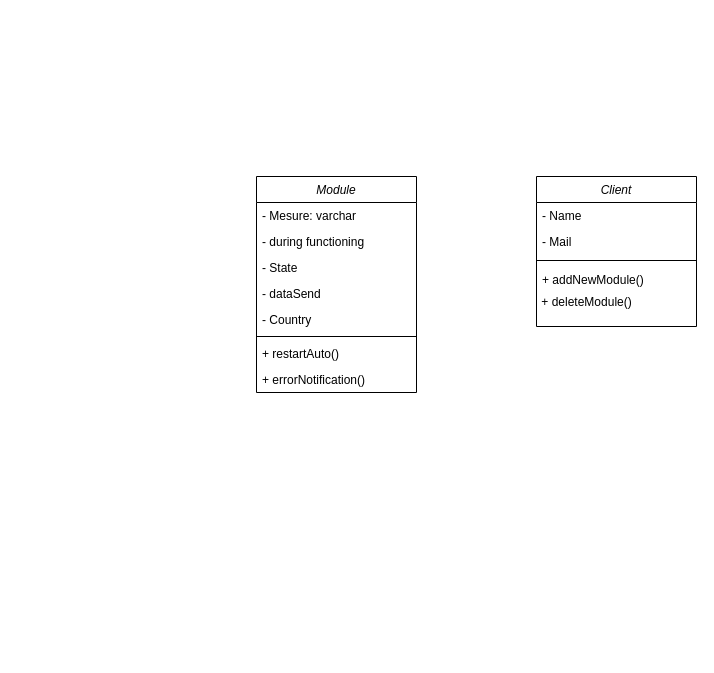
This is UML/IOT_class.drawio from IdurarDev/IoT_Modules, a draw.io file, before an edit. Source tidied: cells renumbered, new cells numbered last; positions are measured from the earlier drawing's top-left corner, leaving out a move shared by most shapes. Both pictures are drawn from the tidied source at 100%, with x=0, y=0 at pixel (256, 176).
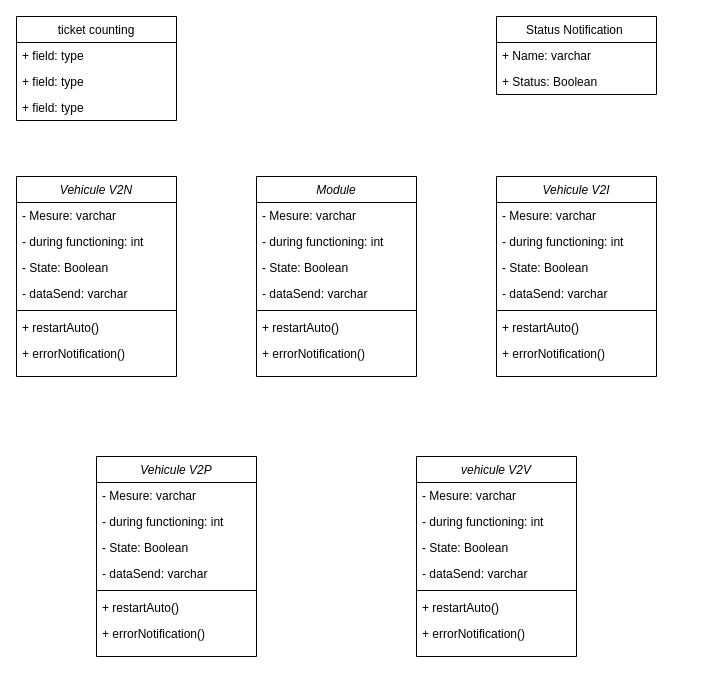
After the change.

Commit message:
update class diagram

Change to the diagram source:
```diff
@@
-    <mxCell id="2" value="Client" style="swimlane;fontStyle=2;align=center;verticalAlign=top;horizontal=1;startSize=26;rounded=0;shadow=0;strokeWidth=1;" parent="1" vertex="1">
-      <mxGeometry x="280" width="160" height="150" as="geometry" />
-    </mxCell>
-    <mxCell id="3" value="- Name" style="text;align=left;verticalAlign=top;spacingLeft=4;spacingRight=4;overflow=hidden;" parent="2" vertex="1">
-      <mxGeometry y="26" width="160" height="26" as="geometry" />
-    </mxCell>
-    <mxCell id="4" value="- Mail" style="text;align=left;verticalAlign=top;spacingLeft=4;spacingRight=4;overflow=hidden;rounded=0;shadow=0;html=0;" parent="2" vertex="1">
-      <mxGeometry y="52" width="160" height="26" as="geometry" />
-    </mxCell>
-    <mxCell id="5" style="line;html=1;strokeWidth=1;align=left;verticalAlign=middle;spacingTop=-1;spacingLeft=3;spacingRight=3;labelPosition=right;" parent="2" vertex="1">
-      <mxGeometry y="78" width="160" height="12" as="geometry" />
-    </mxCell>
-    <mxCell id="6" value="+ addNewModule()" style="text;align=left;verticalAlign=top;spacingLeft=4;spacingRight=4;overflow=hidden;" parent="2" vertex="1">
-      <mxGeometry y="90" width="160" height="26" as="geometry" />
-    </mxCell>
-    <mxCell id="7" value="&amp;nbsp;+ deleteModule()" style="text;html=1;align=left;verticalAlign=middle;strokeColor=none;fillColor=none;" parent="2" vertex="1">
-      <mxGeometry y="116" width="160" height="20" as="geometry" />
-    </mxCell>
     <mxCell id="8" value="Module" style="swimlane;fontStyle=2;align=center;verticalAlign=top;horizontal=1;startSize=26;rounded=0;shadow=0;strokeWidth=1;" parent="1" vertex="1">
-      <mxGeometry width="160" height="216" as="geometry" />
+      <mxGeometry width="160" height="200" as="geometry" />
     </mxCell>
@@
-    <mxCell id="10" value="- during functioning" style="text;align=left;verticalAlign=top;spacingLeft=4;spacingRight=4;overflow=hidden;rounded=0;shadow=0;html=0;" parent="8" vertex="1">
+    <mxCell id="10" value="- during functioning: int" style="text;align=left;verticalAlign=top;spacingLeft=4;spacingRight=4;overflow=hidden;rounded=0;shadow=0;html=0;" parent="8" vertex="1">
       <mxGeometry y="52" width="160" height="26" as="geometry" />
     </mxCell>
-    <mxCell id="11" value="- State" style="text;align=left;verticalAlign=top;spacingLeft=4;spacingRight=4;overflow=hidden;rounded=0;shadow=0;html=0;" parent="8" vertex="1">
+    <mxCell id="11" value="- State: Boolean" style="text;align=left;verticalAlign=top;spacingLeft=4;spacingRight=4;overflow=hidden;rounded=0;shadow=0;html=0;" parent="8" vertex="1">
       <mxGeometry y="78" width="160" height="26" as="geometry" />
     </mxCell>
-    <mxCell id="12" value="- dataSend" style="text;align=left;verticalAlign=top;spacingLeft=4;spacingRight=4;overflow=hidden;rounded=0;shadow=0;html=0;" parent="8" vertex="1">
+    <mxCell id="12" value="- dataSend: varchar" style="text;align=left;verticalAlign=top;spacingLeft=4;spacingRight=4;overflow=hidden;rounded=0;shadow=0;html=0;" parent="8" vertex="1">
       <mxGeometry y="104" width="160" height="26" as="geometry" />
     </mxCell>
-    <mxCell id="13" value="- Country" style="text;align=left;verticalAlign=top;spacingLeft=4;spacingRight=4;overflow=hidden;rounded=0;shadow=0;html=0;" parent="8" vertex="1">
-      <mxGeometry y="130" width="160" height="26" as="geometry" />
-    </mxCell>
     <mxCell id="14" style="line;html=1;strokeWidth=1;align=left;verticalAlign=middle;spacingTop=-1;spacingLeft=3;spacingRight=3;labelPosition=right;" parent="8" vertex="1">
-      <mxGeometry y="156" width="160" height="8" as="geometry" />
+      <mxGeometry y="130" width="160" height="8" as="geometry" />
     </mxCell>
     <mxCell id="15" value="+ restartAuto()" style="text;align=left;verticalAlign=top;spacingLeft=4;spacingRight=4;overflow=hidden;" parent="8" vertex="1">
-      <mxGeometry y="164" width="160" height="26" as="geometry" />
+      <mxGeometry y="138" width="160" height="26" as="geometry" />
     </mxCell>
     <mxCell id="16" value="+ errorNotification()" style="text;align=left;verticalAlign=top;spacingLeft=4;spacingRight=4;overflow=hidden;" parent="8" vertex="1">
-      <mxGeometry y="190" width="160" height="26" as="geometry" />
+      <mxGeometry y="164" width="160" height="26" as="geometry" />
     </mxCell>
+    <mxCell id="17" value="Status Notification " style="swimlane;fontStyle=0;horizontal=1;startSize=26;fillColor=none;" parent="1" vertex="1">
+      <mxGeometry x="240" y="-160" width="160" height="78" as="geometry" />
+    </mxCell>
+    <mxCell id="18" value="+ Name: varchar" style="text;strokeColor=none;fillColor=none;align=left;verticalAlign=top;spacingLeft=4;spacingRight=4;overflow=hidden;" parent="17" vertex="1">
+      <mxGeometry y="26" width="160" height="26" as="geometry" />
+    </mxCell>
+    <mxCell id="19" value="+ Status: Boolean" style="text;strokeColor=none;fillColor=none;align=left;verticalAlign=top;spacingLeft=4;spacingRight=4;overflow=hidden;" parent="17" vertex="1">
+      <mxGeometry y="52" width="160" height="26" as="geometry" />
+    </mxCell>
+    <mxCell id="20" value="ticket counting" style="swimlane;fontStyle=0;horizontal=1;startSize=26;fillColor=none;" parent="1" vertex="1">
+      <mxGeometry x="-240" y="-160" width="160" height="104" as="geometry" />
+    </mxCell>
+    <mxCell id="21" value="+ field: type" style="text;strokeColor=none;fillColor=none;align=left;verticalAlign=top;spacingLeft=4;spacingRight=4;overflow=hidden;" parent="20" vertex="1">
+      <mxGeometry y="26" width="160" height="26" as="geometry" />
+    </mxCell>
+    <mxCell id="22" value="+ field: type" style="text;strokeColor=none;fillColor=none;align=left;verticalAlign=top;spacingLeft=4;spacingRight=4;overflow=hidden;" parent="20" vertex="1">
+      <mxGeometry y="52" width="160" height="26" as="geometry" />
+    </mxCell>
+    <mxCell id="23" value="+ field: type" style="text;strokeColor=none;fillColor=none;align=left;verticalAlign=top;spacingLeft=4;spacingRight=4;overflow=hidden;" parent="20" vertex="1">
+      <mxGeometry y="78" width="160" height="26" as="geometry" />
+    </mxCell>
+    <mxCell id="24" value="Vehicule V2N" style="swimlane;fontStyle=2;align=center;verticalAlign=top;horizontal=1;startSize=26;rounded=0;shadow=0;strokeWidth=1;" parent="1" vertex="1">
+      <mxGeometry x="-240" width="160" height="200" as="geometry" />
+    </mxCell>
+    <mxCell id="25" value="- Mesure: varchar" style="text;align=left;verticalAlign=top;spacingLeft=4;spacingRight=4;overflow=hidden;" parent="24" vertex="1">
+      <mxGeometry y="26" width="160" height="26" as="geometry" />
+    </mxCell>
+    <mxCell id="26" value="- during functioning: int" style="text;align=left;verticalAlign=top;spacingLeft=4;spacingRight=4;overflow=hidden;rounded=0;shadow=0;html=0;" parent="24" vertex="1">
+      <mxGeometry y="52" width="160" height="26" as="geometry" />
+    </mxCell>
+    <mxCell id="27" value="- State: Boolean" style="text;align=left;verticalAlign=top;spacingLeft=4;spacingRight=4;overflow=hidden;rounded=0;shadow=0;html=0;" parent="24" vertex="1">
+      <mxGeometry y="78" width="160" height="26" as="geometry" />
+    </mxCell>
+    <mxCell id="28" value="- dataSend: varchar" style="text;align=left;verticalAlign=top;spacingLeft=4;spacingRight=4;overflow=hidden;rounded=0;shadow=0;html=0;" parent="24" vertex="1">
+      <mxGeometry y="104" width="160" height="26" as="geometry" />
+    </mxCell>
+    <mxCell id="29" style="line;html=1;strokeWidth=1;align=left;verticalAlign=middle;spacingTop=-1;spacingLeft=3;spacingRight=3;labelPosition=right;" parent="24" vertex="1">
+      <mxGeometry y="130" width="160" height="8" as="geometry" />
+    </mxCell>
+    <mxCell id="30" value="+ restartAuto()" style="text;align=left;verticalAlign=top;spacingLeft=4;spacingRight=4;overflow=hidden;" parent="24" vertex="1">
+      <mxGeometry y="138" width="160" height="26" as="geometry" />
+    </mxCell>
+    <mxCell id="31" value="+ errorNotification()" style="text;align=left;verticalAlign=top;spacingLeft=4;spacingRight=4;overflow=hidden;" parent="24" vertex="1">
+      <mxGeometry y="164" width="160" height="26" as="geometry" />
+    </mxCell>
+    <mxCell id="32" value="Vehicule V2I" style="swimlane;fontStyle=2;align=center;verticalAlign=top;horizontal=1;startSize=26;rounded=0;shadow=0;strokeWidth=1;" parent="1" vertex="1">
+      <mxGeometry x="240" width="160" height="200" as="geometry" />
+    </mxCell>
+    <mxCell id="33" value="- Mesure: varchar" style="text;align=left;verticalAlign=top;spacingLeft=4;spacingRight=4;overflow=hidden;" parent="32" vertex="1">
+      <mxGeometry y="26" width="160" height="26" as="geometry" />
+    </mxCell>
+    <mxCell id="34" value="- during functioning: int" style="text;align=left;verticalAlign=top;spacingLeft=4;spacingRight=4;overflow=hidden;rounded=0;shadow=0;html=0;" parent="32" vertex="1">
+      <mxGeometry y="52" width="160" height="26" as="geometry" />
+    </mxCell>
+    <mxCell id="35" value="- State: Boolean" style="text;align=left;verticalAlign=top;spacingLeft=4;spacingRight=4;overflow=hidden;rounded=0;shadow=0;html=0;" parent="32" vertex="1">
+      <mxGeometry y="78" width="160" height="26" as="geometry" />
+    </mxCell>
+    <mxCell id="36" value="- dataSend: varchar" style="text;align=left;verticalAlign=top;spacingLeft=4;spacingRight=4;overflow=hidden;rounded=0;shadow=0;html=0;" parent="32" vertex="1">
+      <mxGeometry y="104" width="160" height="26" as="geometry" />
+    </mxCell>
+    <mxCell id="37" style="line;html=1;strokeWidth=1;align=left;verticalAlign=middle;spacingTop=-1;spacingLeft=3;spacingRight=3;labelPosition=right;" parent="32" vertex="1">
+      <mxGeometry y="130" width="160" height="8" as="geometry" />
+    </mxCell>
+    <mxCell id="38" value="+ restartAuto()" style="text;align=left;verticalAlign=top;spacingLeft=4;spacingRight=4;overflow=hidden;" parent="32" vertex="1">
+      <mxGeometry y="138" width="160" height="26" as="geometry" />
+    </mxCell>
+    <mxCell id="39" value="+ errorNotification()" style="text;align=left;verticalAlign=top;spacingLeft=4;spacingRight=4;overflow=hidden;" parent="32" vertex="1">
+      <mxGeometry y="164" width="160" height="26" as="geometry" />
+    </mxCell>
+    <mxCell id="40" value="Vehicule V2P" style="swimlane;fontStyle=2;align=center;verticalAlign=top;horizontal=1;startSize=26;rounded=0;shadow=0;strokeWidth=1;" parent="1" vertex="1">
+      <mxGeometry x="-160" y="280" width="160" height="200" as="geometry" />
+    </mxCell>
+    <mxCell id="41" value="- Mesure: varchar" style="text;align=left;verticalAlign=top;spacingLeft=4;spacingRight=4;overflow=hidden;" parent="40" vertex="1">
+      <mxGeometry y="26" width="160" height="26" as="geometry" />
+    </mxCell>
+    <mxCell id="42" value="- during functioning: int" style="text;align=left;verticalAlign=top;spacingLeft=4;spacingRight=4;overflow=hidden;rounded=0;shadow=0;html=0;" parent="40" vertex="1">
+      <mxGeometry y="52" width="160" height="26" as="geometry" />
+    </mxCell>
+    <mxCell id="43" value="- State: Boolean" style="text;align=left;verticalAlign=top;spacingLeft=4;spacingRight=4;overflow=hidden;rounded=0;shadow=0;html=0;" parent="40" vertex="1">
+      <mxGeometry y="78" width="160" height="26" as="geometry" />
+    </mxCell>
+    <mxCell id="44" value="- dataSend: varchar" style="text;align=left;verticalAlign=top;spacingLeft=4;spacingRight=4;overflow=hidden;rounded=0;shadow=0;html=0;" parent="40" vertex="1">
+      <mxGeometry y="104" width="160" height="26" as="geometry" />
+    </mxCell>
+    <mxCell id="45" style="line;html=1;strokeWidth=1;align=left;verticalAlign=middle;spacingTop=-1;spacingLeft=3;spacingRight=3;labelPosition=right;" parent="40" vertex="1">
+      <mxGeometry y="130" width="160" height="8" as="geometry" />
+    </mxCell>
+    <mxCell id="46" value="+ restartAuto()" style="text;align=left;verticalAlign=top;spacingLeft=4;spacingRight=4;overflow=hidden;" parent="40" vertex="1">
+      <mxGeometry y="138" width="160" height="26" as="geometry" />
+    </mxCell>
+    <mxCell id="47" value="+ errorNotification()" style="text;align=left;verticalAlign=top;spacingLeft=4;spacingRight=4;overflow=hidden;" parent="40" vertex="1">
+      <mxGeometry y="164" width="160" height="26" as="geometry" />
+    </mxCell>
+    <mxCell id="48" value="vehicule V2V" style="swimlane;fontStyle=2;align=center;verticalAlign=top;horizontal=1;startSize=26;rounded=0;shadow=0;strokeWidth=1;" parent="1" vertex="1">
+      <mxGeometry x="160" y="280" width="160" height="200" as="geometry" />
+    </mxCell>
+    <mxCell id="49" value="- Mesure: varchar" style="text;align=left;verticalAlign=top;spacingLeft=4;spacingRight=4;overflow=hidden;" parent="48" vertex="1">
+      <mxGeometry y="26" width="160" height="26" as="geometry" />
+    </mxCell>
+    <mxCell id="50" value="- during functioning: int" style="text;align=left;verticalAlign=top;spacingLeft=4;spacingRight=4;overflow=hidden;rounded=0;shadow=0;html=0;" parent="48" vertex="1">
+      <mxGeometry y="52" width="160" height="26" as="geometry" />
+    </mxCell>
+    <mxCell id="51" value="- State: Boolean" style="text;align=left;verticalAlign=top;spacingLeft=4;spacingRight=4;overflow=hidden;rounded=0;shadow=0;html=0;" parent="48" vertex="1">
+      <mxGeometry y="78" width="160" height="26" as="geometry" />
+    </mxCell>
+    <mxCell id="52" value="- dataSend: varchar" style="text;align=left;verticalAlign=top;spacingLeft=4;spacingRight=4;overflow=hidden;rounded=0;shadow=0;html=0;" parent="48" vertex="1">
+      <mxGeometry y="104" width="160" height="26" as="geometry" />
+    </mxCell>
+    <mxCell id="53" style="line;html=1;strokeWidth=1;align=left;verticalAlign=middle;spacingTop=-1;spacingLeft=3;spacingRight=3;labelPosition=right;" parent="48" vertex="1">
+      <mxGeometry y="130" width="160" height="8" as="geometry" />
+    </mxCell>
+    <mxCell id="54" value="+ restartAuto()" style="text;align=left;verticalAlign=top;spacingLeft=4;spacingRight=4;overflow=hidden;" parent="48" vertex="1">
+      <mxGeometry y="138" width="160" height="26" as="geometry" />
+    </mxCell>
+    <mxCell id="55" value="+ errorNotification()" style="text;align=left;verticalAlign=top;spacingLeft=4;spacingRight=4;overflow=hidden;" parent="48" vertex="1">
+      <mxGeometry y="164" width="160" height="26" as="geometry" />
+    </mxCell>
```
